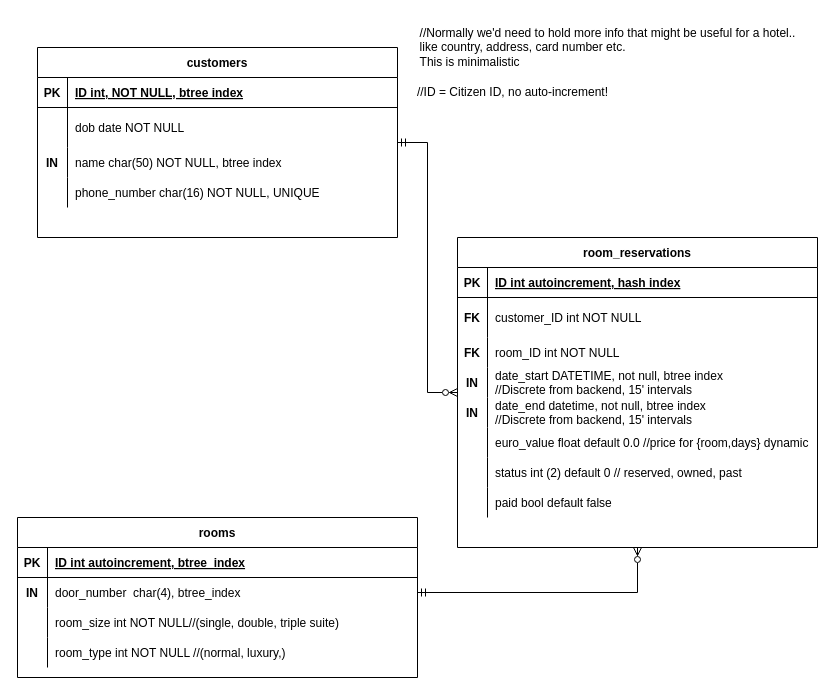
This is hotel.drawio from Kam1goroshi/DatabasesAssignment, a draw.io file, before an edit. Source tidied: cells renumbered, new cells numbered last; positions are measured from the earlier drawing's top-left corner, leaving out a move shared by most shapes. Both pictures are drawn from the tidied source at 100%, with x=0, y=0 at pixel (17, 17).
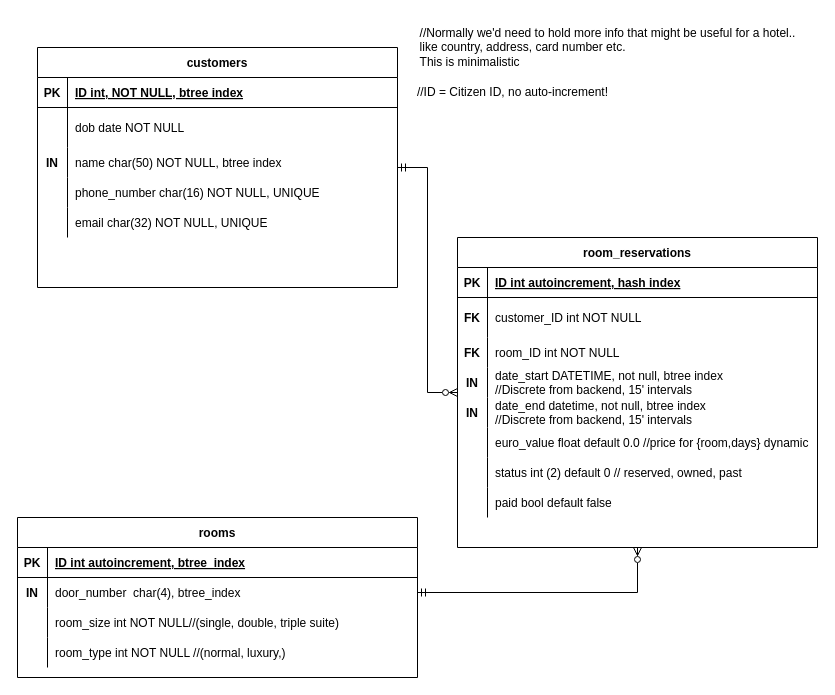
After the change.

Commit message:
add email to customers in hotel.drawio

The edit, as a diff of the source:
```diff
@@
     <mxCell id="16" value="customers" style="shape=table;startSize=30;childLayout=tableLayout;rowLines=0;fontStyle=1;align=center;" parent="1" vertex="1">
-      <mxGeometry x="20" y="30" width="360" height="190" as="geometry" />
+      <mxGeometry x="20" y="30" width="360" height="240" as="geometry" />
     </mxCell>
@@
+    <mxCell id="57" style="shape=partialRectangle;fillColor=none;top=0;left=0;right=0;bottom=0;" parent="16" vertex="1">
+      <mxGeometry y="160" width="360" height="30" as="geometry" />
+    </mxCell>
+    <mxCell id="58" style="shape=partialRectangle;overflow=hidden;fillColor=none;top=0;left=0;bottom=0;right=0;fontStyle=1;" parent="57" vertex="1">
+      <mxGeometry width="30" height="30" as="geometry" />
+    </mxCell>
+    <mxCell id="59" value="email char(32) NOT NULL, UNIQUE" style="shape=partialRectangle;overflow=hidden;fillColor=none;top=0;left=0;bottom=0;right=0;align=left;spacingLeft=6;" parent="57" vertex="1">
+      <mxGeometry x="30" width="330" height="30" as="geometry" />
+    </mxCell>
```
